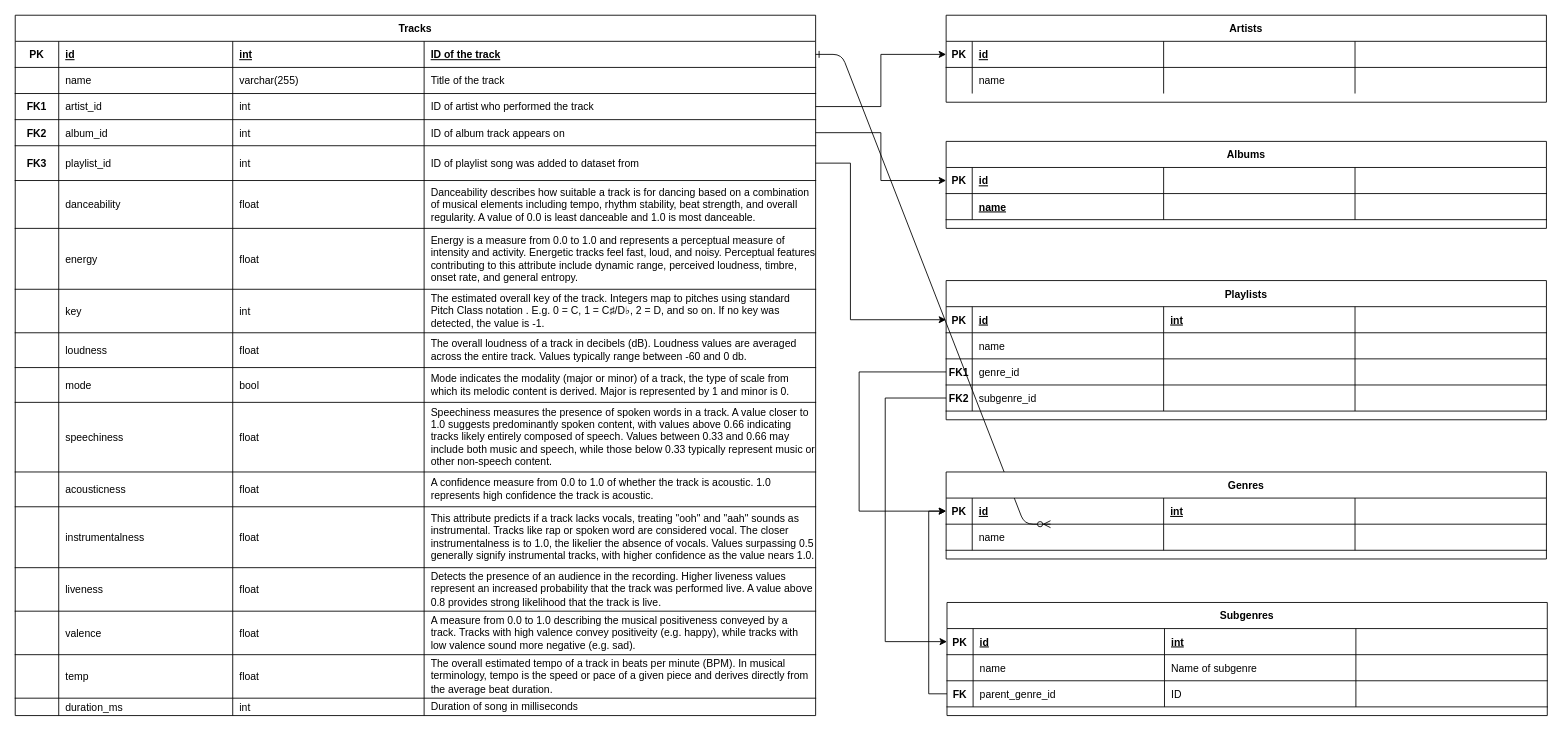
Earlier version of the draw.io diagram Final_Project.drawio (machupichu412/SI564_ERDs). Source tidied: cells renumbered, new cells numbered last; positions are measured from the earlier drawing's top-left corner, leaving out a move shared by most shapes. Both pictures are drawn from the tidied source at 87%, with x=0, y=0 at pixel (15, 15).
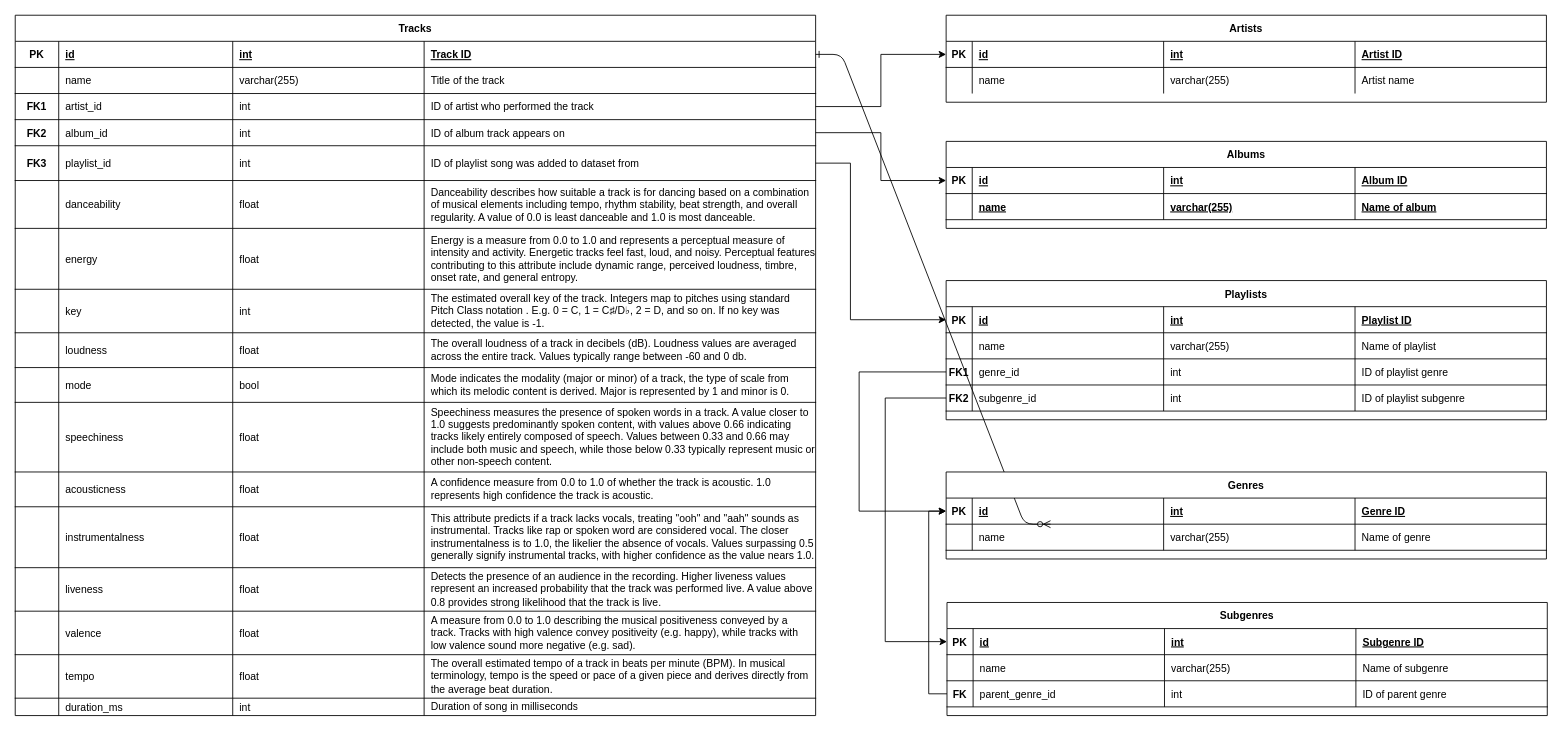
Above is the later version.

The change refers to these unchanged cells:
```xml
<mxCell id="4" style="shape=partialRectangle;fillColor=none;points=[[0,0.5],[1,0.5]];portConstraint=eastwest;top=0;left=0;right=0;bottom=1;" parent="3" vertex="1">
  <mxGeometry y="30" width="690" height="30" as="geometry" />
</mxCell>
<mxCell id="9" style="shape=partialRectangle;fillColor=none;top=0;left=0;right=0;bottom=1;" parent="3" vertex="1">
  <mxGeometry y="60" width="690" height="30" as="geometry" />
</mxCell>
<mxCell id="15" style="shape=partialRectangle;fillColor=none;points=[[0,0.5],[1,0.5]];portConstraint=eastwest;top=0;left=0;right=0;bottom=1;" parent="14" vertex="1">
  <mxGeometry y="30" width="690" height="30" as="geometry" />
</mxCell>
<mxCell id="20" style="shape=partialRectangle;fillColor=none;top=0;left=0;right=0;bottom=0;" parent="14" vertex="1">
  <mxGeometry y="60" width="690" height="30" as="geometry" />
</mxCell>
<mxCell id="26" style="shape=partialRectangle;fillColor=none;points=[[0,0.5],[1,0.5]];portConstraint=eastwest;top=0;left=0;right=0;bottom=1;" parent="25" vertex="1">
  <mxGeometry y="30" width="920" height="30" as="geometry" />
</mxCell>
<mxCell id="101" style="shape=partialRectangle;fillColor=none;top=0;left=0;right=0;bottom=1;" parent="25" vertex="1">
  <mxGeometry y="735" width="920" height="50" as="geometry" />
</mxCell>
<mxCell id="112" style="shape=partialRectangle;fillColor=none;points=[[0,0.5],[1,0.5]];portConstraint=eastwest;top=0;left=0;right=0;bottom=1;" parent="111" vertex="1">
  <mxGeometry y="30" width="690" height="30" as="geometry" />
</mxCell>
<mxCell id="117" style="shape=partialRectangle;fillColor=none;top=0;left=0;right=0;bottom=1;" parent="111" vertex="1">
  <mxGeometry y="60" width="690" height="30" as="geometry" />
</mxCell>
<mxCell id="123" style="shape=partialRectangle;fillColor=none;points=[[0,0.5],[1,0.5]];portConstraint=eastwest;top=0;left=0;right=0;bottom=1;" parent="122" vertex="1">
  <mxGeometry y="30" width="690" height="30" as="geometry" />
</mxCell>
<mxCell id="128" style="shape=partialRectangle;fillColor=none;top=0;left=0;right=0;bottom=1;" parent="122" vertex="1">
  <mxGeometry y="60" width="690" height="30" as="geometry" />
</mxCell>
<mxCell id="133" style="shape=partialRectangle;fillColor=none;points=[[0,0.5],[1,0.5]];portConstraint=eastwest;top=0;left=0;right=0;bottom=1;" parent="122" vertex="1">
  <mxGeometry y="90" width="690" height="30" as="geometry" />
</mxCell>
<mxCell id="138" style="shape=partialRectangle;fillColor=none;points=[[0,0.5],[1,0.5]];portConstraint=eastwest;top=0;left=0;right=0;bottom=1;" parent="122" vertex="1">
  <mxGeometry y="120" width="690" height="30" as="geometry" />
</mxCell>
<mxCell id="144" style="shape=partialRectangle;fillColor=none;points=[[0,0.5],[1,0.5]];portConstraint=eastwest;top=0;left=0;right=0;bottom=1;" parent="143" vertex="1">
  <mxGeometry y="30" width="690" height="30" as="geometry" />
</mxCell>
<mxCell id="149" style="shape=partialRectangle;fillColor=none;top=0;left=0;right=0;bottom=1;" parent="143" vertex="1">
  <mxGeometry y="60" width="690" height="30" as="geometry" />
</mxCell>
<mxCell id="154" style="shape=partialRectangle;fillColor=none;points=[[0,0.5],[1,0.5]];portConstraint=eastwest;top=0;left=0;right=0;bottom=1;" parent="143" vertex="1">
  <mxGeometry y="90" width="690" height="30" as="geometry" />
</mxCell>
```

Change to the diagram source:
```diff
@@
-    <mxCell id="7" style="shape=partialRectangle;overflow=hidden;fillColor=none;top=0;left=0;bottom=0;right=0;align=left;spacingLeft=6;fontStyle=5;" parent="4" vertex="1">
+    <mxCell id="7" value="int" style="shape=partialRectangle;overflow=hidden;fillColor=none;top=0;left=0;bottom=0;right=0;align=left;spacingLeft=6;fontStyle=5;" parent="4" vertex="1">
       <mxGeometry x="250" width="220" height="30" as="geometry" />
     </mxCell>
-    <mxCell id="8" style="shape=partialRectangle;overflow=hidden;fillColor=none;top=0;left=0;bottom=0;right=0;align=left;spacingLeft=6;fontStyle=5;" parent="4" vertex="1">
+    <mxCell id="8" value="Album ID" style="shape=partialRectangle;overflow=hidden;fillColor=none;top=0;left=0;bottom=0;right=0;align=left;spacingLeft=6;fontStyle=5;" parent="4" vertex="1">
       <mxGeometry x="470" width="220" height="30" as="geometry" />
     </mxCell>
@@
-    <mxCell id="12" style="shape=partialRectangle;overflow=hidden;fillColor=none;top=0;left=0;bottom=0;right=0;align=left;spacingLeft=6;fontStyle=5;" parent="9" vertex="1">
+    <mxCell id="12" value="varchar(255)" style="shape=partialRectangle;overflow=hidden;fillColor=none;top=0;left=0;bottom=0;right=0;align=left;spacingLeft=6;fontStyle=5;" parent="9" vertex="1">
       <mxGeometry x="250" width="220" height="30" as="geometry" />
     </mxCell>
-    <mxCell id="13" style="shape=partialRectangle;overflow=hidden;fillColor=none;top=0;left=0;bottom=0;right=0;align=left;spacingLeft=6;fontStyle=5;" parent="9" vertex="1">
+    <mxCell id="13" value="Name of album" style="shape=partialRectangle;overflow=hidden;fillColor=none;top=0;left=0;bottom=0;right=0;align=left;spacingLeft=6;fontStyle=5;" parent="9" vertex="1">
       <mxGeometry x="470" width="220" height="30" as="geometry" />
     </mxCell>
@@
-    <mxCell id="18" style="shape=partialRectangle;overflow=hidden;fillColor=none;top=0;left=0;bottom=0;right=0;align=left;spacingLeft=6;fontStyle=5;" parent="15" vertex="1">
+    <mxCell id="18" value="int" style="shape=partialRectangle;overflow=hidden;fillColor=none;top=0;left=0;bottom=0;right=0;align=left;spacingLeft=6;fontStyle=5;" parent="15" vertex="1">
       <mxGeometry x="250" width="220" height="30" as="geometry" />
     </mxCell>
-    <mxCell id="19" style="shape=partialRectangle;overflow=hidden;fillColor=none;top=0;left=0;bottom=0;right=0;align=left;spacingLeft=6;fontStyle=5;" parent="15" vertex="1">
+    <mxCell id="19" value="Artist ID" style="shape=partialRectangle;overflow=hidden;fillColor=none;top=0;left=0;bottom=0;right=0;align=left;spacingLeft=6;fontStyle=5;" parent="15" vertex="1">
       <mxGeometry x="470" width="220" height="30" as="geometry" />
     </mxCell>
@@
-    <mxCell id="23" style="shape=partialRectangle;overflow=hidden;fillColor=none;top=0;left=0;bottom=0;right=0;align=left;spacingLeft=6;" parent="20" vertex="1">
+    <mxCell id="23" value="varchar(255)" style="shape=partialRectangle;overflow=hidden;fillColor=none;top=0;left=0;bottom=0;right=0;align=left;spacingLeft=6;" parent="20" vertex="1">
       <mxGeometry x="250" width="220" height="30" as="geometry" />
     </mxCell>
-    <mxCell id="24" style="shape=partialRectangle;overflow=hidden;fillColor=none;top=0;left=0;bottom=0;right=0;align=left;spacingLeft=6;" parent="20" vertex="1">
+    <mxCell id="24" value="Artist name" style="shape=partialRectangle;overflow=hidden;fillColor=none;top=0;left=0;bottom=0;right=0;align=left;spacingLeft=6;" parent="20" vertex="1">
       <mxGeometry x="470" width="220" height="30" as="geometry" />
     </mxCell>
@@
-    <mxCell id="30" value="ID of the track" style="shape=partialRectangle;overflow=hidden;fillColor=none;top=0;left=0;bottom=0;right=0;align=left;spacingLeft=6;fontStyle=5;" parent="26" vertex="1">
+    <mxCell id="30" value="Track ID" style="shape=partialRectangle;overflow=hidden;fillColor=none;top=0;left=0;bottom=0;right=0;align=left;spacingLeft=6;fontStyle=5;" parent="26" vertex="1">
       <mxGeometry x="470" width="450" height="30" as="geometry" />
     </mxCell>
@@
-    <mxCell id="103" value="temp" style="shape=partialRectangle;overflow=hidden;fillColor=none;top=0;left=0;bottom=0;right=0;align=left;spacingLeft=6;fontStyle=0;" parent="101" vertex="1">
+    <mxCell id="103" value="tempo" style="shape=partialRectangle;overflow=hidden;fillColor=none;top=0;left=0;bottom=0;right=0;align=left;spacingLeft=6;fontStyle=0;" parent="101" vertex="1">
       <mxGeometry x="50" width="200" height="50" as="geometry" />
     </mxCell>
@@
-    <mxCell id="116" style="shape=partialRectangle;overflow=hidden;fillColor=none;top=0;left=0;bottom=0;right=0;align=left;spacingLeft=6;fontStyle=5;" parent="112" vertex="1">
+    <mxCell id="116" value="Genre ID" style="shape=partialRectangle;overflow=hidden;fillColor=none;top=0;left=0;bottom=0;right=0;align=left;spacingLeft=6;fontStyle=5;" parent="112" vertex="1">
       <mxGeometry x="470" width="220" height="30" as="geometry" />
     </mxCell>
@@
-    <mxCell id="120" style="shape=partialRectangle;overflow=hidden;fillColor=none;top=0;left=0;bottom=0;right=0;align=left;spacingLeft=6;fontStyle=0;" parent="117" vertex="1">
+    <mxCell id="120" value="varchar(255)" style="shape=partialRectangle;overflow=hidden;fillColor=none;top=0;left=0;bottom=0;right=0;align=left;spacingLeft=6;fontStyle=0;" parent="117" vertex="1">
       <mxGeometry x="250" width="220" height="30" as="geometry" />
     </mxCell>
-    <mxCell id="121" style="shape=partialRectangle;overflow=hidden;fillColor=none;top=0;left=0;bottom=0;right=0;align=left;spacingLeft=6;fontStyle=0;" parent="117" vertex="1">
+    <mxCell id="121" value="Name of genre" style="shape=partialRectangle;overflow=hidden;fillColor=none;top=0;left=0;bottom=0;right=0;align=left;spacingLeft=6;fontStyle=0;" parent="117" vertex="1">
       <mxGeometry x="470" width="220" height="30" as="geometry" />
     </mxCell>
@@
-    <mxCell id="127" style="shape=partialRectangle;overflow=hidden;fillColor=none;top=0;left=0;bottom=0;right=0;align=left;spacingLeft=6;fontStyle=5;" parent="123" vertex="1">
+    <mxCell id="127" value="Playlist ID" style="shape=partialRectangle;overflow=hidden;fillColor=none;top=0;left=0;bottom=0;right=0;align=left;spacingLeft=6;fontStyle=5;" parent="123" vertex="1">
       <mxGeometry x="470" width="220" height="30" as="geometry" />
     </mxCell>
@@
-    <mxCell id="131" style="shape=partialRectangle;overflow=hidden;fillColor=none;top=0;left=0;bottom=0;right=0;align=left;spacingLeft=6;fontStyle=0;" parent="128" vertex="1">
+    <mxCell id="131" value="varchar(255)" style="shape=partialRectangle;overflow=hidden;fillColor=none;top=0;left=0;bottom=0;right=0;align=left;spacingLeft=6;fontStyle=0;" parent="128" vertex="1">
       <mxGeometry x="250" width="220" height="30" as="geometry" />
     </mxCell>
-    <mxCell id="132" style="shape=partialRectangle;overflow=hidden;fillColor=none;top=0;left=0;bottom=0;right=0;align=left;spacingLeft=6;fontStyle=0;" parent="128" vertex="1">
+    <mxCell id="132" value="Name of playlist" style="shape=partialRectangle;overflow=hidden;fillColor=none;top=0;left=0;bottom=0;right=0;align=left;spacingLeft=6;fontStyle=0;" parent="128" vertex="1">
       <mxGeometry x="470" width="220" height="30" as="geometry" />
     </mxCell>
@@
-    <mxCell id="136" style="shape=partialRectangle;overflow=hidden;fillColor=none;top=0;left=0;bottom=0;right=0;align=left;spacingLeft=6;fontStyle=0;" parent="133" vertex="1">
+    <mxCell id="136" value="int" style="shape=partialRectangle;overflow=hidden;fillColor=none;top=0;left=0;bottom=0;right=0;align=left;spacingLeft=6;fontStyle=0;" parent="133" vertex="1">
       <mxGeometry x="250" width="220" height="30" as="geometry" />
     </mxCell>
-    <mxCell id="137" style="shape=partialRectangle;overflow=hidden;fillColor=none;top=0;left=0;bottom=0;right=0;align=left;spacingLeft=6;fontStyle=0;" parent="133" vertex="1">
+    <mxCell id="137" value="ID of playlist genre" style="shape=partialRectangle;overflow=hidden;fillColor=none;top=0;left=0;bottom=0;right=0;align=left;spacingLeft=6;fontStyle=0;" parent="133" vertex="1">
       <mxGeometry x="470" width="220" height="30" as="geometry" />
     </mxCell>
@@
-    <mxCell id="141" style="shape=partialRectangle;overflow=hidden;fillColor=none;top=0;left=0;bottom=0;right=0;align=left;spacingLeft=6;fontStyle=0;" parent="138" vertex="1">
+    <mxCell id="141" value="int" style="shape=partialRectangle;overflow=hidden;fillColor=none;top=0;left=0;bottom=0;right=0;align=left;spacingLeft=6;fontStyle=0;" parent="138" vertex="1">
       <mxGeometry x="250" width="220" height="30" as="geometry" />
     </mxCell>
-    <mxCell id="142" style="shape=partialRectangle;overflow=hidden;fillColor=none;top=0;left=0;bottom=0;right=0;align=left;spacingLeft=6;fontStyle=0;" parent="138" vertex="1">
+    <mxCell id="142" value="ID of playlist subgenre" style="shape=partialRectangle;overflow=hidden;fillColor=none;top=0;left=0;bottom=0;right=0;align=left;spacingLeft=6;fontStyle=0;" parent="138" vertex="1">
       <mxGeometry x="470" width="220" height="30" as="geometry" />
     </mxCell>
@@
-    <mxCell id="148" style="shape=partialRectangle;overflow=hidden;fillColor=none;top=0;left=0;bottom=0;right=0;align=left;spacingLeft=6;fontStyle=5;" parent="144" vertex="1">
+    <mxCell id="148" value="Subgenre ID" style="shape=partialRectangle;overflow=hidden;fillColor=none;top=0;left=0;bottom=0;right=0;align=left;spacingLeft=6;fontStyle=5;" parent="144" vertex="1">
       <mxGeometry x="470" width="220" height="30" as="geometry" />
     </mxCell>
@@
-    <mxCell id="152" value="Name of subgenre" style="shape=partialRectangle;overflow=hidden;fillColor=none;top=0;left=0;bottom=0;right=0;align=left;spacingLeft=6;fontStyle=0;" parent="149" vertex="1">
+    <mxCell id="152" value="varchar(255)" style="shape=partialRectangle;overflow=hidden;fillColor=none;top=0;left=0;bottom=0;right=0;align=left;spacingLeft=6;fontStyle=0;" parent="149" vertex="1">
       <mxGeometry x="250" width="220" height="30" as="geometry" />
     </mxCell>
-    <mxCell id="153" style="shape=partialRectangle;overflow=hidden;fillColor=none;top=0;left=0;bottom=0;right=0;align=left;spacingLeft=6;fontStyle=0;" parent="149" vertex="1">
+    <mxCell id="153" value="Name of subgenre" style="shape=partialRectangle;overflow=hidden;fillColor=none;top=0;left=0;bottom=0;right=0;align=left;spacingLeft=6;fontStyle=0;" parent="149" vertex="1">
       <mxGeometry x="470" width="220" height="30" as="geometry" />
     </mxCell>
@@
-    <mxCell id="157" value="ID " style="shape=partialRectangle;overflow=hidden;fillColor=none;top=0;left=0;bottom=0;right=0;align=left;spacingLeft=6;fontStyle=0;" parent="154" vertex="1">
+    <mxCell id="157" value="int" style="shape=partialRectangle;overflow=hidden;fillColor=none;top=0;left=0;bottom=0;right=0;align=left;spacingLeft=6;fontStyle=0;" parent="154" vertex="1">
       <mxGeometry x="250" width="220" height="30" as="geometry" />
     </mxCell>
-    <mxCell id="158" style="shape=partialRectangle;overflow=hidden;fillColor=none;top=0;left=0;bottom=0;right=0;align=left;spacingLeft=6;fontStyle=0;" parent="154" vertex="1">
+    <mxCell id="158" value="ID of parent genre" style="shape=partialRectangle;overflow=hidden;fillColor=none;top=0;left=0;bottom=0;right=0;align=left;spacingLeft=6;fontStyle=0;" parent="154" vertex="1">
       <mxGeometry x="470" width="220" height="30" as="geometry" />
     </mxCell>
```
